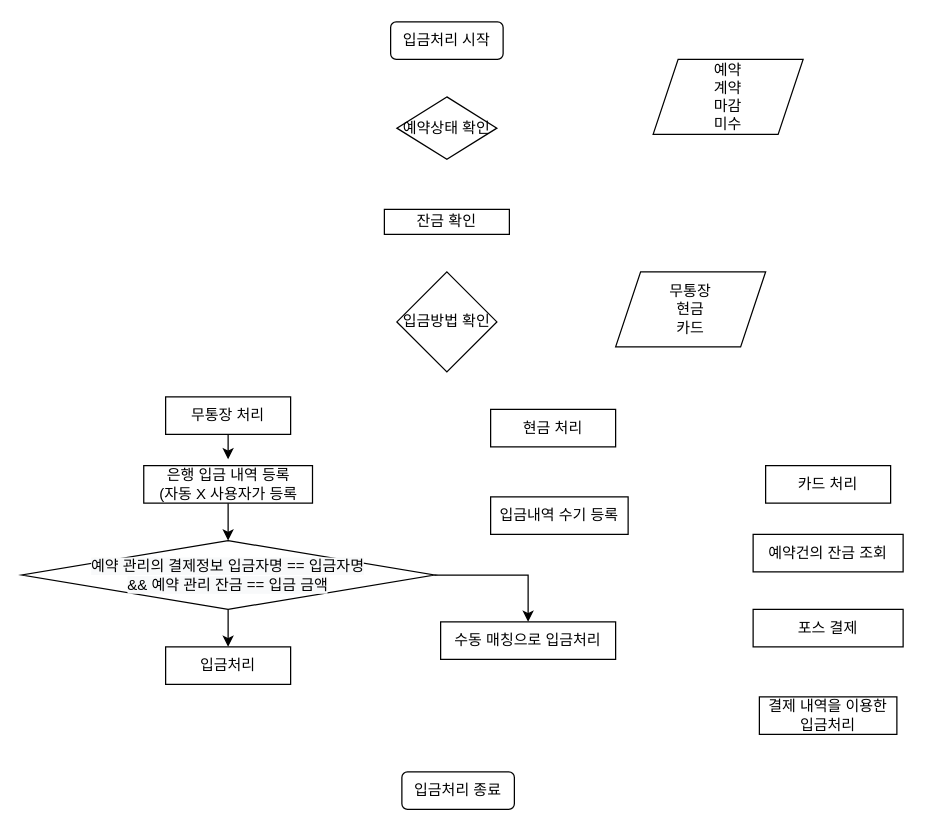
Above: page "입금" (2 of 4) of 제목 없는 다이어그램.drawio in nsnnsn12/TestProject (draw.io), before the change. Source tidied: cells renumbered, new cells numbered last; positions are measured from the earlier drawing's top-left corner, leaving out a move shared by most shapes. Both pictures are drawn from the tidied source at 125%, with x=0, y=0 at pixel (21, 21).
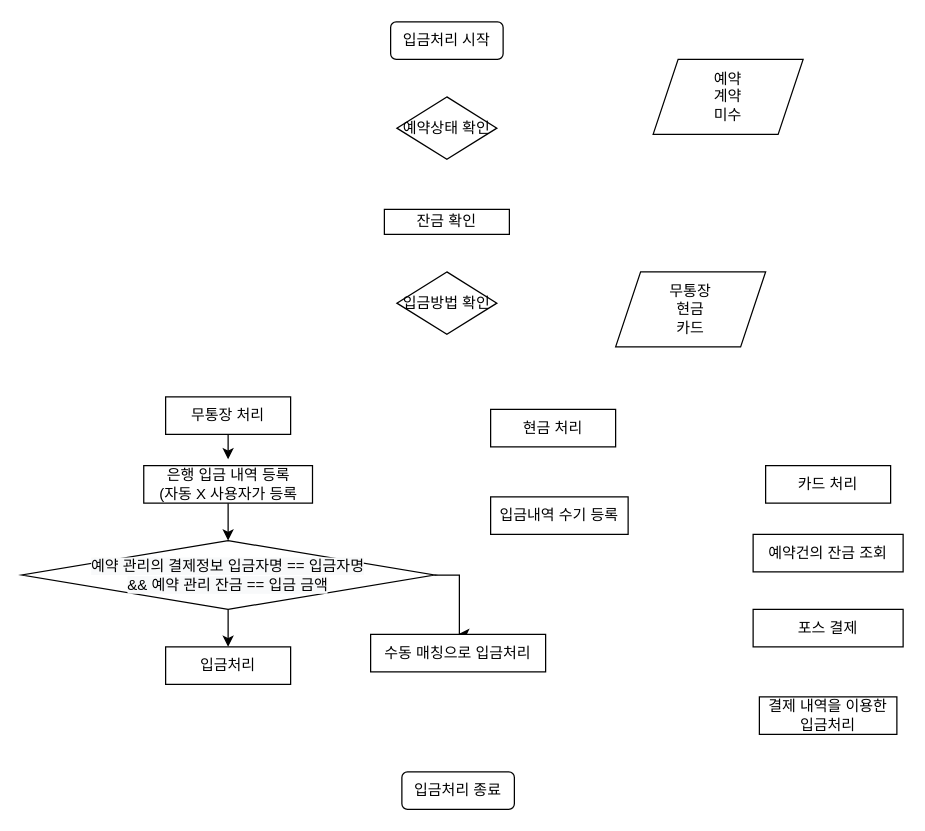
The same page after the edit.

Change to the diagram source:
```diff
@@
-    <mxCell id="2" value="예약&lt;br&gt;계약&lt;br&gt;마감&lt;br&gt;미수" style="shape=parallelogram;perimeter=parallelogramPerimeter;whiteSpace=wrap;html=1;fixedSize=1;" parent="1" vertex="1">
+    <mxCell id="2" value="예약&lt;br&gt;계약&lt;br&gt;미수" style="shape=parallelogram;perimeter=parallelogramPerimeter;whiteSpace=wrap;html=1;fixedSize=1;" parent="1" vertex="1">
       <mxGeometry x="505" y="30" width="120" height="60" as="geometry" />
     </mxCell>
@@
     <mxCell id="6" value="입금방법 확인" style="rhombus;whiteSpace=wrap;html=1;" parent="1" vertex="1">
-      <mxGeometry x="300" y="200" width="80" height="80" as="geometry" />
+      <mxGeometry x="300" y="200" width="80" height="50" as="geometry" />
     </mxCell>
@@
     <mxCell id="19" value="수동 매칭으로 입금처리" style="rounded=0;whiteSpace=wrap;html=1;" parent="1" vertex="1">
-      <mxGeometry x="335" y="480" width="140" height="30" as="geometry" />
+      <mxGeometry x="279" y="490" width="140" height="30" as="geometry" />
     </mxCell>
```
